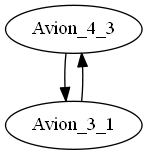
jimzi94/Tareas keeps this Graphviz diagram as Proyectos/Proyecto2_201504482/archivo_avion_servicio.png. Above is the earlier version. Its source is kept beside it as Proyectos/Proyecto2_201504482/archivo_avion_servicio.dot.
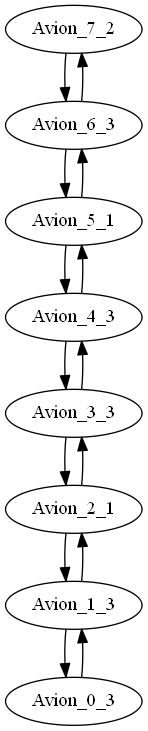
The same diagram one commit later.

What changed in the source:
```diff
@@ -1,3 +1,15 @@
-digraph {Avion_4_3->Avion_3_1
-Avion_3_1->Avion_4_3
-Avion_3_1}
+digraph {Avion_7_2->Avion_6_3
+Avion_6_3->Avion_7_2
+Avion_6_3->Avion_5_1
+Avion_5_1->Avion_6_3
+Avion_5_1->Avion_4_3
+Avion_4_3->Avion_5_1
+Avion_4_3->Avion_3_3
+Avion_3_3->Avion_4_3
+Avion_3_3->Avion_2_1
+Avion_2_1->Avion_3_3
+Avion_2_1->Avion_1_3
+Avion_1_3->Avion_2_1
+Avion_1_3->Avion_0_3
+Avion_0_3->Avion_1_3
+Avion_0_3}
```
